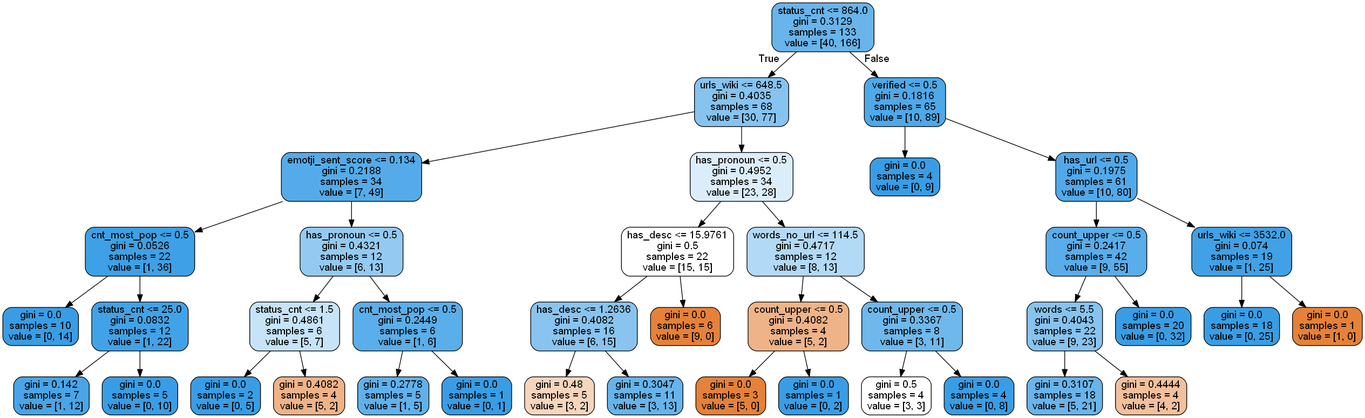
Earlier version of the Graphviz export Python/twitter_filter/trees/dtree1.png (burningskies42/Twitter_Analytics). Its source is kept beside it as Python/twitter_filter/trees/dtree1.dot.
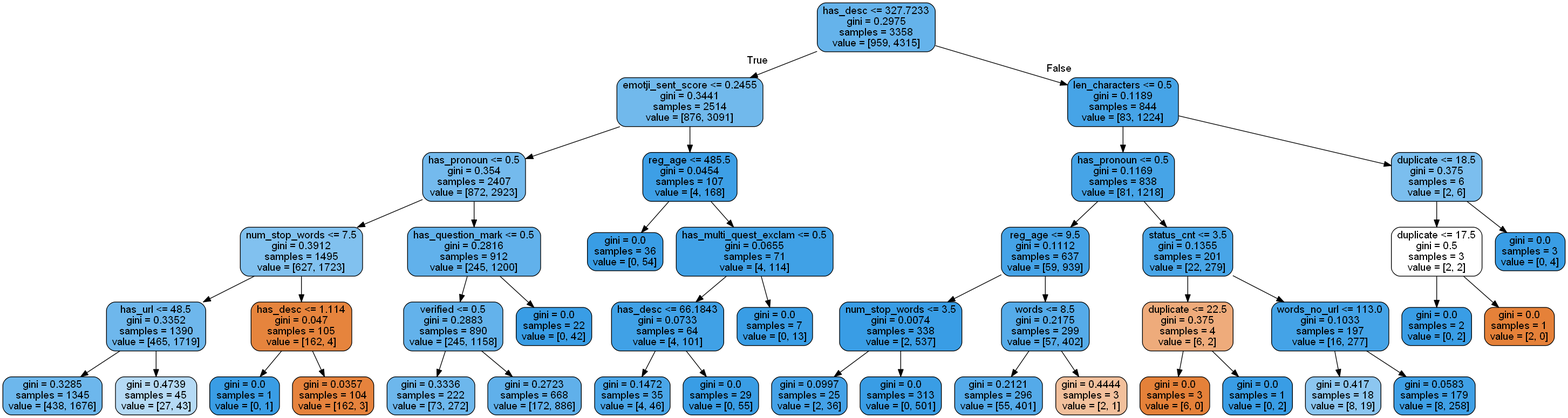
The same file after the commit.

What changed in the source:
```diff
@@ -1,81 +1,89 @@
 digraph Tree {
 node [shape=box, style="filled, rounded", color="black", fontname=helvetica] ;
 edge [fontname=helvetica] ;
-0 [label="status_cnt <= 864.0\ngini = 0.3129\nsamples = 133\nvalue = [40, 166]", fillcolor="#399de5c2"] ;
-1 [label="urls_wiki <= 648.5\ngini = 0.4035\nsamples = 68\nvalue = [30, 77]", fillcolor="#399de59c"] ;
+0 [label="has_desc <= 327.7233\ngini = 0.2975\nsamples = 3358\nvalue = [959, 4315]", fillcolor="#399de5c6"] ;
+1 [label="emotji_sent_score <= 0.2455\ngini = 0.3441\nsamples = 2514\nvalue = [876, 3091]", fillcolor="#399de5b7"] ;
 0 -> 1 [labeldistance=2.5, labelangle=45, headlabel="True"] ;
-2 [label="emotji_sent_score <= 0.134\ngini = 0.2188\nsamples = 34\nvalue = [7, 49]", fillcolor="#399de5db"] ;
+2 [label="has_pronoun <= 0.5\ngini = 0.354\nsamples = 2407\nvalue = [872, 2923]", fillcolor="#399de5b3"] ;
 1 -> 2 ;
-3 [label="cnt_most_pop <= 0.5\ngini = 0.0526\nsamples = 22\nvalue = [1, 36]", fillcolor="#399de5f8"] ;
+3 [label="num_stop_words <= 7.5\ngini = 0.3912\nsamples = 1495\nvalue = [627, 1723]", fillcolor="#399de5a2"] ;
 2 -> 3 ;
-4 [label="gini = 0.0\nsamples = 10\nvalue = [0, 14]", fillcolor="#399de5ff"] ;
+4 [label="has_url <= 48.5\ngini = 0.3352\nsamples = 1390\nvalue = [465, 1719]", fillcolor="#399de5ba"] ;
 3 -> 4 ;
-5 [label="status_cnt <= 25.0\ngini = 0.0832\nsamples = 12\nvalue = [1, 22]", fillcolor="#399de5f3"] ;
-3 -> 5 ;
-6 [label="gini = 0.142\nsamples = 7\nvalue = [1, 12]", fillcolor="#399de5ea"] ;
-5 -> 6 ;
-7 [label="gini = 0.0\nsamples = 5\nvalue = [0, 10]", fillcolor="#399de5ff"] ;
-5 -> 7 ;
-8 [label="has_pronoun <= 0.5\ngini = 0.4321\nsamples = 12\nvalue = [6, 13]", fillcolor="#399de589"] ;
-2 -> 8 ;
-9 [label="status_cnt <= 1.5\ngini = 0.4861\nsamples = 6\nvalue = [5, 7]", fillcolor="#399de549"] ;
-8 -> 9 ;
-10 [label="gini = 0.0\nsamples = 2\nvalue = [0, 5]", fillcolor="#399de5ff"] ;
-9 -> 10 ;
-11 [label="gini = 0.4082\nsamples = 4\nvalue = [5, 2]", fillcolor="#e5813999"] ;
-9 -> 11 ;
-12 [label="cnt_most_pop <= 0.5\ngini = 0.2449\nsamples = 6\nvalue = [1, 6]", fillcolor="#399de5d4"] ;
-8 -> 12 ;
-13 [label="gini = 0.2778\nsamples = 5\nvalue = [1, 5]", fillcolor="#399de5cc"] ;
-12 -> 13 ;
-14 [label="gini = 0.0\nsamples = 1\nvalue = [0, 1]", fillcolor="#399de5ff"] ;
-12 -> 14 ;
-15 [label="has_pronoun <= 0.5\ngini = 0.4952\nsamples = 34\nvalue = [23, 28]", fillcolor="#399de52e"] ;
+5 [label="gini = 0.3285\nsamples = 1345\nvalue = [438, 1676]", fillcolor="#399de5bc"] ;
+4 -> 5 ;
+6 [label="gini = 0.4739\nsamples = 45\nvalue = [27, 43]", fillcolor="#399de55f"] ;
+4 -> 6 ;
+7 [label="has_desc <= 1.114\ngini = 0.047\nsamples = 105\nvalue = [162, 4]", fillcolor="#e58139f9"] ;
+3 -> 7 ;
+8 [label="gini = 0.0\nsamples = 1\nvalue = [0, 1]", fillcolor="#399de5ff"] ;
+7 -> 8 ;
+9 [label="gini = 0.0357\nsamples = 104\nvalue = [162, 3]", fillcolor="#e58139fa"] ;
+7 -> 9 ;
+10 [label="has_question_mark <= 0.5\ngini = 0.2816\nsamples = 912\nvalue = [245, 1200]", fillcolor="#399de5cb"] ;
+2 -> 10 ;
+11 [label="verified <= 0.5\ngini = 0.2883\nsamples = 890\nvalue = [245, 1158]", fillcolor="#399de5c9"] ;
+10 -> 11 ;
+12 [label="gini = 0.3336\nsamples = 222\nvalue = [73, 272]", fillcolor="#399de5bb"] ;
+11 -> 12 ;
+13 [label="gini = 0.2723\nsamples = 668\nvalue = [172, 886]", fillcolor="#399de5cd"] ;
+11 -> 13 ;
+14 [label="gini = 0.0\nsamples = 22\nvalue = [0, 42]", fillcolor="#399de5ff"] ;
+10 -> 14 ;
+15 [label="reg_age <= 485.5\ngini = 0.0454\nsamples = 107\nvalue = [4, 168]", fillcolor="#399de5f9"] ;
 1 -> 15 ;
-16 [label="has_desc <= 15.9761\ngini = 0.5\nsamples = 22\nvalue = [15, 15]", fillcolor="#e5813900"] ;
+16 [label="gini = 0.0\nsamples = 36\nvalue = [0, 54]", fillcolor="#399de5ff"] ;
 15 -> 16 ;
-17 [label="has_desc <= 1.2636\ngini = 0.4082\nsamples = 16\nvalue = [6, 15]", fillcolor="#399de599"] ;
-16 -> 17 ;
-18 [label="gini = 0.48\nsamples = 5\nvalue = [3, 2]", fillcolor="#e5813955"] ;
+17 [label="has_multi_quest_exclam <= 0.5\ngini = 0.0655\nsamples = 71\nvalue = [4, 114]", fillcolor="#399de5f6"] ;
+15 -> 17 ;
+18 [label="has_desc <= 66.1843\ngini = 0.0733\nsamples = 64\nvalue = [4, 101]", fillcolor="#399de5f5"] ;
 17 -> 18 ;
-19 [label="gini = 0.3047\nsamples = 11\nvalue = [3, 13]", fillcolor="#399de5c4"] ;
-17 -> 19 ;
-20 [label="gini = 0.0\nsamples = 6\nvalue = [9, 0]", fillcolor="#e58139ff"] ;
-16 -> 20 ;
-21 [label="words_no_url <= 114.5\ngini = 0.4717\nsamples = 12\nvalue = [8, 13]", fillcolor="#399de562"] ;
-15 -> 21 ;
-22 [label="count_upper <= 0.5\ngini = 0.4082\nsamples = 4\nvalue = [5, 2]", fillcolor="#e5813999"] ;
-21 -> 22 ;
-23 [label="gini = 0.0\nsamples = 3\nvalue = [5, 0]", fillcolor="#e58139ff"] ;
+19 [label="gini = 0.1472\nsamples = 35\nvalue = [4, 46]", fillcolor="#399de5e9"] ;
+18 -> 19 ;
+20 [label="gini = 0.0\nsamples = 29\nvalue = [0, 55]", fillcolor="#399de5ff"] ;
+18 -> 20 ;
+21 [label="gini = 0.0\nsamples = 7\nvalue = [0, 13]", fillcolor="#399de5ff"] ;
+17 -> 21 ;
+22 [label="len_characters <= 0.5\ngini = 0.1189\nsamples = 844\nvalue = [83, 1224]", fillcolor="#399de5ee"] ;
+0 -> 22 [labeldistance=2.5, labelangle=-45, headlabel="False"] ;
+23 [label="has_pronoun <= 0.5\ngini = 0.1169\nsamples = 838\nvalue = [81, 1218]", fillcolor="#399de5ee"] ;
 22 -> 23 ;
-24 [label="gini = 0.0\nsamples = 1\nvalue = [0, 2]", fillcolor="#399de5ff"] ;
-22 -> 24 ;
-25 [label="count_upper <= 0.5\ngini = 0.3367\nsamples = 8\nvalue = [3, 11]", fillcolor="#399de5b9"] ;
-21 -> 25 ;
-26 [label="gini = 0.5\nsamples = 4\nvalue = [3, 3]", fillcolor="#e5813900"] ;
+24 [label="reg_age <= 9.5\ngini = 0.1112\nsamples = 637\nvalue = [59, 939]", fillcolor="#399de5ef"] ;
+23 -> 24 ;
+25 [label="num_stop_words <= 3.5\ngini = 0.0074\nsamples = 338\nvalue = [2, 537]", fillcolor="#399de5fe"] ;
+24 -> 25 ;
+26 [label="gini = 0.0997\nsamples = 25\nvalue = [2, 36]", fillcolor="#399de5f1"] ;
 25 -> 26 ;
-27 [label="gini = 0.0\nsamples = 4\nvalue = [0, 8]", fillcolor="#399de5ff"] ;
+27 [label="gini = 0.0\nsamples = 313\nvalue = [0, 501]", fillcolor="#399de5ff"] ;
 25 -> 27 ;
-28 [label="verified <= 0.5\ngini = 0.1816\nsamples = 65\nvalue = [10, 89]", fillcolor="#399de5e2"] ;
-0 -> 28 [labeldistance=2.5, labelangle=-45, headlabel="False"] ;
-29 [label="gini = 0.0\nsamples = 4\nvalue = [0, 9]", fillcolor="#399de5ff"] ;
+28 [label="words <= 8.5\ngini = 0.2175\nsamples = 299\nvalue = [57, 402]", fillcolor="#399de5db"] ;
+24 -> 28 ;
+29 [label="gini = 0.2121\nsamples = 296\nvalue = [55, 401]", fillcolor="#399de5dc"] ;
 28 -> 29 ;
-30 [label="has_url <= 0.5\ngini = 0.1975\nsamples = 61\nvalue = [10, 80]", fillcolor="#399de5df"] ;
+30 [label="gini = 0.4444\nsamples = 3\nvalue = [2, 1]", fillcolor="#e581397f"] ;
 28 -> 30 ;
-31 [label="count_upper <= 0.5\ngini = 0.2417\nsamples = 42\nvalue = [9, 55]", fillcolor="#399de5d5"] ;
-30 -> 31 ;
-32 [label="words <= 5.5\ngini = 0.4043\nsamples = 22\nvalue = [9, 23]", fillcolor="#399de59b"] ;
+31 [label="status_cnt <= 3.5\ngini = 0.1355\nsamples = 201\nvalue = [22, 279]", fillcolor="#399de5eb"] ;
+23 -> 31 ;
+32 [label="duplicate <= 22.5\ngini = 0.375\nsamples = 4\nvalue = [6, 2]", fillcolor="#e58139aa"] ;
 31 -> 32 ;
-33 [label="gini = 0.3107\nsamples = 18\nvalue = [5, 21]", fillcolor="#399de5c2"] ;
+33 [label="gini = 0.0\nsamples = 3\nvalue = [6, 0]", fillcolor="#e58139ff"] ;
 32 -> 33 ;
-34 [label="gini = 0.4444\nsamples = 4\nvalue = [4, 2]", fillcolor="#e581397f"] ;
+34 [label="gini = 0.0\nsamples = 1\nvalue = [0, 2]", fillcolor="#399de5ff"] ;
 32 -> 34 ;
-35 [label="gini = 0.0\nsamples = 20\nvalue = [0, 32]", fillcolor="#399de5ff"] ;
+35 [label="words_no_url <= 113.0\ngini = 0.1033\nsamples = 197\nvalue = [16, 277]", fillcolor="#399de5f0"] ;
 31 -> 35 ;
-36 [label="urls_wiki <= 3532.0\ngini = 0.074\nsamples = 19\nvalue = [1, 25]", fillcolor="#399de5f5"] ;
-30 -> 36 ;
-37 [label="gini = 0.0\nsamples = 18\nvalue = [0, 25]", fillcolor="#399de5ff"] ;
-36 -> 37 ;
-38 [label="gini = 0.0\nsamples = 1\nvalue = [1, 0]", fillcolor="#e58139ff"] ;
-36 -> 38 ;
+36 [label="gini = 0.417\nsamples = 18\nvalue = [8, 19]", fillcolor="#399de594"] ;
+35 -> 36 ;
+37 [label="gini = 0.0583\nsamples = 179\nvalue = [8, 258]", fillcolor="#399de5f7"] ;
+35 -> 37 ;
+38 [label="duplicate <= 18.5\ngini = 0.375\nsamples = 6\nvalue = [2, 6]", fillcolor="#399de5aa"] ;
+22 -> 38 ;
+39 [label="duplicate <= 17.5\ngini = 0.5\nsamples = 3\nvalue = [2, 2]", fillcolor="#e5813900"] ;
+38 -> 39 ;
+40 [label="gini = 0.0\nsamples = 2\nvalue = [0, 2]", fillcolor="#399de5ff"] ;
+39 -> 40 ;
+41 [label="gini = 0.0\nsamples = 1\nvalue = [2, 0]", fillcolor="#e58139ff"] ;
+39 -> 41 ;
+42 [label="gini = 0.0\nsamples = 3\nvalue = [0, 4]", fillcolor="#399de5ff"] ;
+38 -> 42 ;
 }
```
